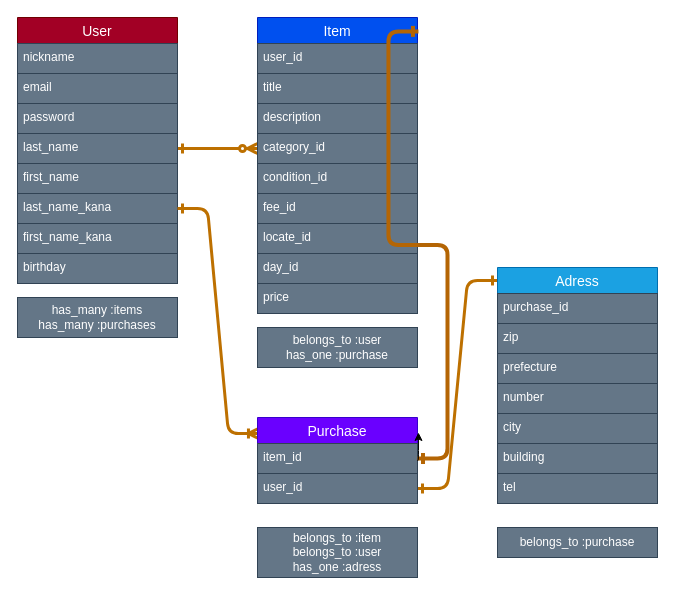
likeapanther/furima-28615 keeps this draw.io diagram as furima.dio. Above is the earlier version. Source tidied: cells renumbered, new cells numbered last; positions are measured from the earlier drawing's top-left corner, leaving out a move shared by most shapes. Both pictures are drawn from the tidied source at 100%, with x=0, y=0 at pixel (17, 17).
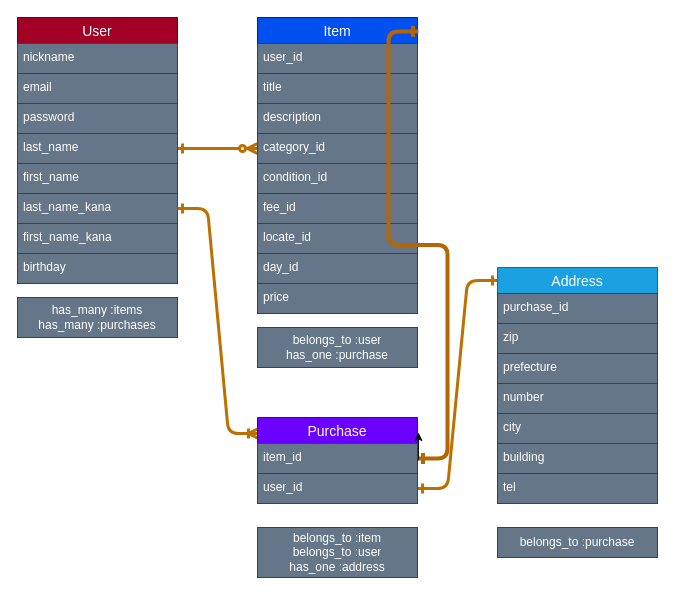
Above is the later version.

Commit message (it also covers changes not shown here):
文字の修正

Change to the diagram source:
```diff
@@
-    <mxCell id="25" value="belongs_to :item&lt;br&gt;belongs_to :user&lt;br&gt;has_one :adress" style="whiteSpace=wrap;html=1;align=center;fillColor=#647687;strokeColor=#314354;fontColor=#ffffff;" parent="1" vertex="1">
+    <mxCell id="25" value="belongs_to :item&lt;br&gt;belongs_to :user&lt;br&gt;has_one :address" style="whiteSpace=wrap;html=1;align=center;fillColor=#647687;strokeColor=#314354;fontColor=#ffffff;" parent="1" vertex="1">
       <mxGeometry x="240" y="510" width="160" height="50" as="geometry" />
     </mxCell>
@@
-    <mxCell id="33" value="Adress" style="swimlane;fontStyle=0;horizontal=1;startSize=26;align=center;fontSize=14;rounded=0;sketch=0;fillColor=#1ba1e2;strokeColor=#006EAF;fontColor=#ffffff;" parent="1" vertex="1">
+    <mxCell id="33" value="Address" style="swimlane;fontStyle=0;horizontal=1;startSize=26;align=center;fontSize=14;rounded=0;sketch=0;fillColor=#1ba1e2;strokeColor=#006EAF;fontColor=#ffffff;" parent="1" vertex="1">
       <mxGeometry x="480" y="250" width="160" height="236" as="geometry" />
     </mxCell>
```
